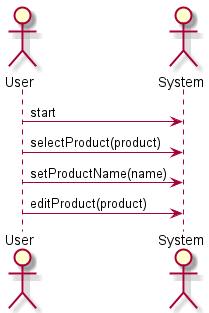
Before: src/diagrams_operations/diagrams_operations_img/edit_product.png, a diagram exported from PlantUML (drDeepl/purchased-products-app-nest).
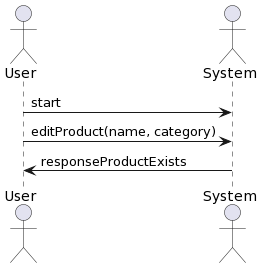
The same diagram one commit later.

Diff of the diagram source:
```diff
@@ -1,14 +1,9 @@
-@startuml edit_product
-
+@startuml
 skinparam backgroundColor #FFFFFF
-
-
 actor User
 actor System
 
 User -> System: start
-User -> System: selectProduct(product)
-User -> System: setProductName(name)
-User -> System: editProduct(product)
-
+User -> System: editProduct(name, category)
+System -> User: responseProductExists
 @enduml
```
